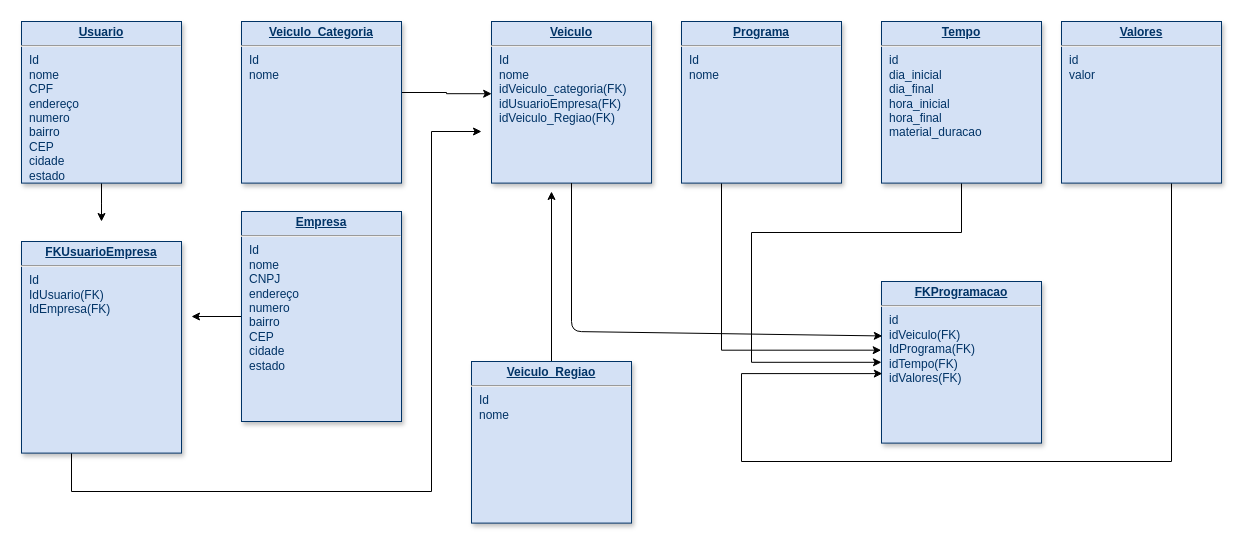
This is Untitled Diagram (2) (1).drawio from diogo-guimaraes/teste_git, a draw.io file, before an edit. Source tidied: cells renumbered, new cells numbered last; positions are measured from the earlier drawing's top-left corner, leaving out a move shared by most shapes. Both pictures are drawn from the tidied source at 100%, with x=0, y=0 at pixel (21, 21).
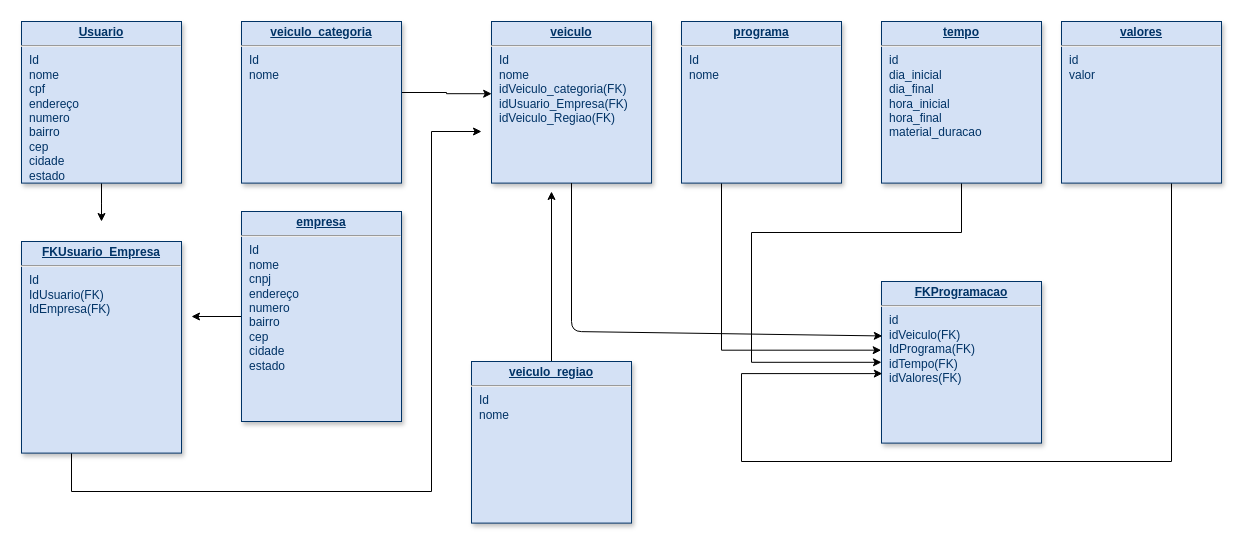
Above is the later version.

The edit, as a diff of the source:
```diff
@@
-    <mxCell id="5" value="&lt;p style=&quot;margin: 0px ; margin-top: 4px ; text-align: center ; text-decoration: underline&quot;&gt;&lt;b&gt;Tempo&lt;/b&gt;&lt;/p&gt;&lt;hr&gt;&lt;p style=&quot;margin: 0px ; margin-left: 8px&quot;&gt;id&lt;/p&gt;&lt;p style=&quot;margin: 0px ; margin-left: 8px&quot;&gt;dia_inicial&lt;/p&gt;&lt;p style=&quot;margin: 0px ; margin-left: 8px&quot;&gt;dia_final&lt;/p&gt;&lt;p style=&quot;margin: 0px ; margin-left: 8px&quot;&gt;hora_inicial&lt;/p&gt;&lt;p style=&quot;margin: 0px ; margin-left: 8px&quot;&gt;hora_final&lt;/p&gt;&lt;p style=&quot;margin: 0px ; margin-left: 8px&quot;&gt;material_duracao&lt;/p&gt;" style="verticalAlign=top;align=left;overflow=fill;fontSize=12;fontFamily=Helvetica;html=1;strokeColor=#003366;shadow=1;fillColor=#D4E1F5;fontColor=#003366;" parent="1" vertex="1">
+    <mxCell id="5" value="&lt;p style=&quot;margin: 0px ; margin-top: 4px ; text-align: center ; text-decoration: underline&quot;&gt;&lt;b&gt;tempo&lt;/b&gt;&lt;/p&gt;&lt;hr&gt;&lt;p style=&quot;margin: 0px ; margin-left: 8px&quot;&gt;id&lt;/p&gt;&lt;p style=&quot;margin: 0px ; margin-left: 8px&quot;&gt;dia_inicial&lt;/p&gt;&lt;p style=&quot;margin: 0px ; margin-left: 8px&quot;&gt;dia_final&lt;/p&gt;&lt;p style=&quot;margin: 0px ; margin-left: 8px&quot;&gt;hora_inicial&lt;/p&gt;&lt;p style=&quot;margin: 0px ; margin-left: 8px&quot;&gt;hora_final&lt;/p&gt;&lt;p style=&quot;margin: 0px ; margin-left: 8px&quot;&gt;material_duracao&lt;/p&gt;" style="verticalAlign=top;align=left;overflow=fill;fontSize=12;fontFamily=Helvetica;html=1;strokeColor=#003366;shadow=1;fillColor=#D4E1F5;fontColor=#003366;" parent="1" vertex="1">
       <mxGeometry x="860" width="160" height="161.6" as="geometry" />
     </mxCell>
@@
-    <mxCell id="7" value="&lt;p style=&quot;margin: 0px ; margin-top: 4px ; text-align: center ; text-decoration: underline&quot;&gt;&lt;b&gt;Programa&lt;/b&gt;&lt;/p&gt;&lt;hr&gt;&lt;p style=&quot;margin: 0px ; margin-left: 8px&quot;&gt;Id&lt;/p&gt;&lt;p style=&quot;margin: 0px ; margin-left: 8px&quot;&gt;nome&lt;/p&gt;" style="verticalAlign=top;align=left;overflow=fill;fontSize=12;fontFamily=Helvetica;html=1;strokeColor=#003366;shadow=1;fillColor=#D4E1F5;fontColor=#003366;" parent="1" vertex="1">
+    <mxCell id="7" value="&lt;p style=&quot;margin: 0px ; margin-top: 4px ; text-align: center ; text-decoration: underline&quot;&gt;&lt;b&gt;programa&lt;/b&gt;&lt;/p&gt;&lt;hr&gt;&lt;p style=&quot;margin: 0px ; margin-left: 8px&quot;&gt;Id&lt;/p&gt;&lt;p style=&quot;margin: 0px ; margin-left: 8px&quot;&gt;nome&lt;/p&gt;" style="verticalAlign=top;align=left;overflow=fill;fontSize=12;fontFamily=Helvetica;html=1;strokeColor=#003366;shadow=1;fillColor=#D4E1F5;fontColor=#003366;" parent="1" vertex="1">
       <mxGeometry x="660" width="160" height="161.6" as="geometry" />
     </mxCell>
-    <mxCell id="8" value="&lt;p style=&quot;margin: 0px ; margin-top: 4px ; text-align: center ; text-decoration: underline&quot;&gt;&lt;b&gt;Valores&lt;/b&gt;&lt;/p&gt;&lt;hr&gt;&lt;p style=&quot;margin: 0px ; margin-left: 8px&quot;&gt;id&lt;/p&gt;&lt;p style=&quot;margin: 0px ; margin-left: 8px&quot;&gt;valor&lt;/p&gt;" style="verticalAlign=top;align=left;overflow=fill;fontSize=12;fontFamily=Helvetica;html=1;strokeColor=#003366;shadow=1;fillColor=#D4E1F5;fontColor=#003366;" parent="1" vertex="1">
+    <mxCell id="8" value="&lt;p style=&quot;margin: 0px ; margin-top: 4px ; text-align: center ; text-decoration: underline&quot;&gt;&lt;b&gt;valores&lt;/b&gt;&lt;/p&gt;&lt;hr&gt;&lt;p style=&quot;margin: 0px ; margin-left: 8px&quot;&gt;id&lt;/p&gt;&lt;p style=&quot;margin: 0px ; margin-left: 8px&quot;&gt;valor&lt;/p&gt;" style="verticalAlign=top;align=left;overflow=fill;fontSize=12;fontFamily=Helvetica;html=1;strokeColor=#003366;shadow=1;fillColor=#D4E1F5;fontColor=#003366;" parent="1" vertex="1">
       <mxGeometry x="1040" width="160" height="161.6" as="geometry" />
     </mxCell>
@@
-    <mxCell id="10" value="&lt;p style=&quot;margin: 0px ; margin-top: 4px ; text-align: center ; text-decoration: underline&quot;&gt;&lt;b&gt;Veiculo&lt;/b&gt;&lt;/p&gt;&lt;hr&gt;&lt;p style=&quot;margin: 0px ; margin-left: 8px&quot;&gt;Id&lt;/p&gt;&lt;p style=&quot;margin: 0px ; margin-left: 8px&quot;&gt;nome&lt;/p&gt;&lt;p style=&quot;margin: 0px ; margin-left: 8px&quot;&gt;idVeiculo_categoria(FK)&lt;/p&gt;&lt;p style=&quot;margin: 0px ; margin-left: 8px&quot;&gt;idUsuarioEmpresa(FK)&lt;/p&gt;&lt;p style=&quot;margin: 0px ; margin-left: 8px&quot;&gt;idVeiculo_Regiao(FK)&lt;/p&gt;" style="verticalAlign=top;align=left;overflow=fill;fontSize=12;fontFamily=Helvetica;html=1;strokeColor=#003366;shadow=1;fillColor=#D4E1F5;fontColor=#003366;" parent="1" vertex="1">
+    <mxCell id="10" value="&lt;p style=&quot;margin: 0px ; margin-top: 4px ; text-align: center ; text-decoration: underline&quot;&gt;&lt;b&gt;veiculo&lt;/b&gt;&lt;/p&gt;&lt;hr&gt;&lt;p style=&quot;margin: 0px ; margin-left: 8px&quot;&gt;Id&lt;/p&gt;&lt;p style=&quot;margin: 0px ; margin-left: 8px&quot;&gt;nome&lt;/p&gt;&lt;p style=&quot;margin: 0px ; margin-left: 8px&quot;&gt;idVeiculo_categoria(FK)&lt;/p&gt;&lt;p style=&quot;margin: 0px ; margin-left: 8px&quot;&gt;idUsuario_Empresa(FK)&lt;/p&gt;&lt;p style=&quot;margin: 0px ; margin-left: 8px&quot;&gt;idVeiculo_Regiao(FK)&lt;/p&gt;" style="verticalAlign=top;align=left;overflow=fill;fontSize=12;fontFamily=Helvetica;html=1;strokeColor=#003366;shadow=1;fillColor=#D4E1F5;fontColor=#003366;" parent="1" vertex="1">
       <mxGeometry x="470" width="160" height="161.6" as="geometry" />
     </mxCell>
@@
-    <mxCell id="13" value="&lt;p style=&quot;margin: 0px ; margin-top: 4px ; text-align: center ; text-decoration: underline&quot;&gt;&lt;b&gt;Veiculo_Categoria&lt;/b&gt;&lt;/p&gt;&lt;hr&gt;&lt;p style=&quot;margin: 0px ; margin-left: 8px&quot;&gt;Id&lt;/p&gt;&lt;p style=&quot;margin: 0px ; margin-left: 8px&quot;&gt;nome&lt;/p&gt;" style="verticalAlign=top;align=left;overflow=fill;fontSize=12;fontFamily=Helvetica;html=1;strokeColor=#003366;shadow=1;fillColor=#D4E1F5;fontColor=#003366;" parent="1" vertex="1">
+    <mxCell id="13" value="&lt;p style=&quot;margin: 0px ; margin-top: 4px ; text-align: center ; text-decoration: underline&quot;&gt;&lt;b&gt;veiculo_categoria&lt;/b&gt;&lt;/p&gt;&lt;hr&gt;&lt;p style=&quot;margin: 0px ; margin-left: 8px&quot;&gt;Id&lt;/p&gt;&lt;p style=&quot;margin: 0px ; margin-left: 8px&quot;&gt;nome&lt;/p&gt;" style="verticalAlign=top;align=left;overflow=fill;fontSize=12;fontFamily=Helvetica;html=1;strokeColor=#003366;shadow=1;fillColor=#D4E1F5;fontColor=#003366;" parent="1" vertex="1">
       <mxGeometry x="220" width="160" height="161.6" as="geometry" />
     </mxCell>
@@
-    <mxCell id="15" value="&lt;p style=&quot;margin: 0px ; margin-top: 4px ; text-align: center ; text-decoration: underline&quot;&gt;&lt;b&gt;Veiculo_Regiao&lt;/b&gt;&lt;/p&gt;&lt;hr&gt;&lt;p style=&quot;margin: 0px ; margin-left: 8px&quot;&gt;Id&lt;/p&gt;&lt;p style=&quot;margin: 0px ; margin-left: 8px&quot;&gt;nome&lt;/p&gt;" style="verticalAlign=top;align=left;overflow=fill;fontSize=12;fontFamily=Helvetica;html=1;strokeColor=#003366;shadow=1;fillColor=#D4E1F5;fontColor=#003366;" parent="1" vertex="1">
+    <mxCell id="15" value="&lt;p style=&quot;margin: 0px ; margin-top: 4px ; text-align: center ; text-decoration: underline&quot;&gt;&lt;b&gt;veiculo_regiao&lt;/b&gt;&lt;/p&gt;&lt;hr&gt;&lt;p style=&quot;margin: 0px ; margin-left: 8px&quot;&gt;Id&lt;/p&gt;&lt;p style=&quot;margin: 0px ; margin-left: 8px&quot;&gt;nome&lt;/p&gt;" style="verticalAlign=top;align=left;overflow=fill;fontSize=12;fontFamily=Helvetica;html=1;strokeColor=#003366;shadow=1;fillColor=#D4E1F5;fontColor=#003366;" parent="1" vertex="1">
       <mxGeometry x="450" y="340" width="160" height="161.6" as="geometry" />
     </mxCell>
@@
-    <mxCell id="17" value="&lt;p style=&quot;margin: 0px ; margin-top: 4px ; text-align: center ; text-decoration: underline&quot;&gt;&lt;b&gt;Empresa&lt;/b&gt;&lt;/p&gt;&lt;hr&gt;&lt;p style=&quot;margin: 0px ; margin-left: 8px&quot;&gt;Id&lt;/p&gt;&lt;p style=&quot;margin: 0px ; margin-left: 8px&quot;&gt;nome&lt;/p&gt;&lt;p style=&quot;margin: 0px ; margin-left: 8px&quot;&gt;CNPJ&lt;/p&gt;&lt;p style=&quot;margin: 0px ; margin-left: 8px&quot;&gt;endereço&lt;/p&gt;&lt;p style=&quot;margin: 0px ; margin-left: 8px&quot;&gt;numero&lt;/p&gt;&lt;p style=&quot;margin: 0px ; margin-left: 8px&quot;&gt;bairro&lt;/p&gt;&lt;p style=&quot;margin: 0px ; margin-left: 8px&quot;&gt;&lt;span&gt;CEP&lt;/span&gt;&lt;br&gt;&lt;/p&gt;&lt;p style=&quot;margin: 0px ; margin-left: 8px&quot;&gt;&lt;span&gt;cidade&lt;/span&gt;&lt;/p&gt;&lt;p style=&quot;margin: 0px ; margin-left: 8px&quot;&gt;&lt;span&gt;estado&lt;/span&gt;&lt;/p&gt;&lt;p style=&quot;margin: 0px ; margin-left: 8px&quot;&gt;&lt;br&gt;&lt;/p&gt;&lt;p style=&quot;margin: 0px ; margin-left: 8px&quot;&gt;&lt;br&gt;&lt;/p&gt;" style="verticalAlign=top;align=left;overflow=fill;fontSize=12;fontFamily=Helvetica;html=1;strokeColor=#003366;shadow=1;fillColor=#D4E1F5;fontColor=#003366;" parent="1" vertex="1">
+    <mxCell id="17" value="&lt;p style=&quot;margin: 0px ; margin-top: 4px ; text-align: center ; text-decoration: underline&quot;&gt;&lt;b&gt;empresa&lt;/b&gt;&lt;/p&gt;&lt;hr&gt;&lt;p style=&quot;margin: 0px ; margin-left: 8px&quot;&gt;Id&lt;/p&gt;&lt;p style=&quot;margin: 0px ; margin-left: 8px&quot;&gt;nome&lt;/p&gt;&lt;p style=&quot;margin: 0px ; margin-left: 8px&quot;&gt;cnpj&lt;/p&gt;&lt;p style=&quot;margin: 0px ; margin-left: 8px&quot;&gt;endereço&lt;/p&gt;&lt;p style=&quot;margin: 0px ; margin-left: 8px&quot;&gt;numero&lt;/p&gt;&lt;p style=&quot;margin: 0px ; margin-left: 8px&quot;&gt;bairro&lt;/p&gt;&lt;p style=&quot;margin: 0px ; margin-left: 8px&quot;&gt;cep&lt;/p&gt;&lt;p style=&quot;margin: 0px ; margin-left: 8px&quot;&gt;&lt;span&gt;cidade&lt;/span&gt;&lt;/p&gt;&lt;p style=&quot;margin: 0px ; margin-left: 8px&quot;&gt;&lt;span&gt;estado&lt;/span&gt;&lt;/p&gt;&lt;p style=&quot;margin: 0px ; margin-left: 8px&quot;&gt;&lt;br&gt;&lt;/p&gt;&lt;p style=&quot;margin: 0px ; margin-left: 8px&quot;&gt;&lt;br&gt;&lt;/p&gt;" style="verticalAlign=top;align=left;overflow=fill;fontSize=12;fontFamily=Helvetica;html=1;strokeColor=#003366;shadow=1;fillColor=#D4E1F5;fontColor=#003366;" parent="1" vertex="1">
       <mxGeometry x="220" y="190" width="160" height="210" as="geometry" />
     </mxCell>
@@
-    <mxCell id="19" value="&lt;p style=&quot;margin: 0px ; margin-top: 4px ; text-align: center ; text-decoration: underline&quot;&gt;&lt;b&gt;Usuario&lt;/b&gt;&lt;/p&gt;&lt;hr&gt;&lt;p style=&quot;margin: 0px ; margin-left: 8px&quot;&gt;Id&lt;/p&gt;&lt;p style=&quot;margin: 0px ; margin-left: 8px&quot;&gt;nome&lt;/p&gt;&lt;p style=&quot;margin: 0px ; margin-left: 8px&quot;&gt;CPF&lt;/p&gt;&lt;p style=&quot;margin: 0px ; margin-left: 8px&quot;&gt;endereço&lt;/p&gt;&lt;p style=&quot;margin: 0px ; margin-left: 8px&quot;&gt;numero&lt;/p&gt;&lt;p style=&quot;margin: 0px ; margin-left: 8px&quot;&gt;bairro&lt;/p&gt;&lt;p style=&quot;margin: 0px ; margin-left: 8px&quot;&gt;&lt;span&gt;CEP&lt;/span&gt;&lt;br&gt;&lt;/p&gt;&lt;p style=&quot;margin: 0px ; margin-left: 8px&quot;&gt;&lt;span&gt;cidade&lt;/span&gt;&lt;/p&gt;&lt;p style=&quot;margin: 0px ; margin-left: 8px&quot;&gt;&lt;span&gt;estado&lt;/span&gt;&lt;/p&gt;" style="verticalAlign=top;align=left;overflow=fill;fontSize=12;fontFamily=Helvetica;html=1;strokeColor=#003366;shadow=1;fillColor=#D4E1F5;fontColor=#003366;" parent="1" vertex="1">
+    <mxCell id="19" value="&lt;p style=&quot;margin: 0px ; margin-top: 4px ; text-align: center ; text-decoration: underline&quot;&gt;&lt;b&gt;Usuario&lt;/b&gt;&lt;/p&gt;&lt;hr&gt;&lt;p style=&quot;margin: 0px ; margin-left: 8px&quot;&gt;Id&lt;/p&gt;&lt;p style=&quot;margin: 0px ; margin-left: 8px&quot;&gt;nome&lt;/p&gt;&lt;p style=&quot;margin: 0px ; margin-left: 8px&quot;&gt;cpf&lt;/p&gt;&lt;p style=&quot;margin: 0px ; margin-left: 8px&quot;&gt;endereço&lt;/p&gt;&lt;p style=&quot;margin: 0px ; margin-left: 8px&quot;&gt;numero&lt;/p&gt;&lt;p style=&quot;margin: 0px ; margin-left: 8px&quot;&gt;bairro&lt;/p&gt;&lt;p style=&quot;margin: 0px ; margin-left: 8px&quot;&gt;cep&lt;/p&gt;&lt;p style=&quot;margin: 0px ; margin-left: 8px&quot;&gt;&lt;span&gt;cidade&lt;/span&gt;&lt;/p&gt;&lt;p style=&quot;margin: 0px ; margin-left: 8px&quot;&gt;&lt;span&gt;estado&lt;/span&gt;&lt;/p&gt;" style="verticalAlign=top;align=left;overflow=fill;fontSize=12;fontFamily=Helvetica;html=1;strokeColor=#003366;shadow=1;fillColor=#D4E1F5;fontColor=#003366;" parent="1" vertex="1">
       <mxGeometry width="160" height="161.6" as="geometry" />
     </mxCell>
@@
-    <mxCell id="21" value="&lt;p style=&quot;margin: 0px ; margin-top: 4px ; text-align: center ; text-decoration: underline&quot;&gt;&lt;b&gt;FKUsuarioEmpresa&lt;/b&gt;&lt;/p&gt;&lt;hr&gt;&lt;p style=&quot;margin: 0px ; margin-left: 8px&quot;&gt;Id&lt;/p&gt;&lt;p style=&quot;margin: 0px ; margin-left: 8px&quot;&gt;IdUsuario(FK)&lt;/p&gt;&lt;p style=&quot;margin: 0px ; margin-left: 8px&quot;&gt;IdEmpresa(FK)&lt;/p&gt;&lt;p style=&quot;margin: 0px ; margin-left: 8px&quot;&gt;&lt;br&gt;&lt;/p&gt;" style="verticalAlign=top;align=left;overflow=fill;fontSize=12;fontFamily=Helvetica;html=1;strokeColor=#003366;shadow=1;fillColor=#D4E1F5;fontColor=#003366;" parent="1" vertex="1">
+    <mxCell id="21" value="&lt;p style=&quot;margin: 0px ; margin-top: 4px ; text-align: center ; text-decoration: underline&quot;&gt;&lt;b&gt;FKUsuario_Empresa&lt;/b&gt;&lt;/p&gt;&lt;hr&gt;&lt;p style=&quot;margin: 0px ; margin-left: 8px&quot;&gt;Id&lt;/p&gt;&lt;p style=&quot;margin: 0px ; margin-left: 8px&quot;&gt;IdUsuario(FK)&lt;/p&gt;&lt;p style=&quot;margin: 0px ; margin-left: 8px&quot;&gt;IdEmpresa(FK)&lt;/p&gt;&lt;p style=&quot;margin: 0px ; margin-left: 8px&quot;&gt;&lt;br&gt;&lt;/p&gt;" style="verticalAlign=top;align=left;overflow=fill;fontSize=12;fontFamily=Helvetica;html=1;strokeColor=#003366;shadow=1;fillColor=#D4E1F5;fontColor=#003366;" parent="1" vertex="1">
       <mxGeometry y="220" width="160" height="211.6" as="geometry" />
     </mxCell>
```
